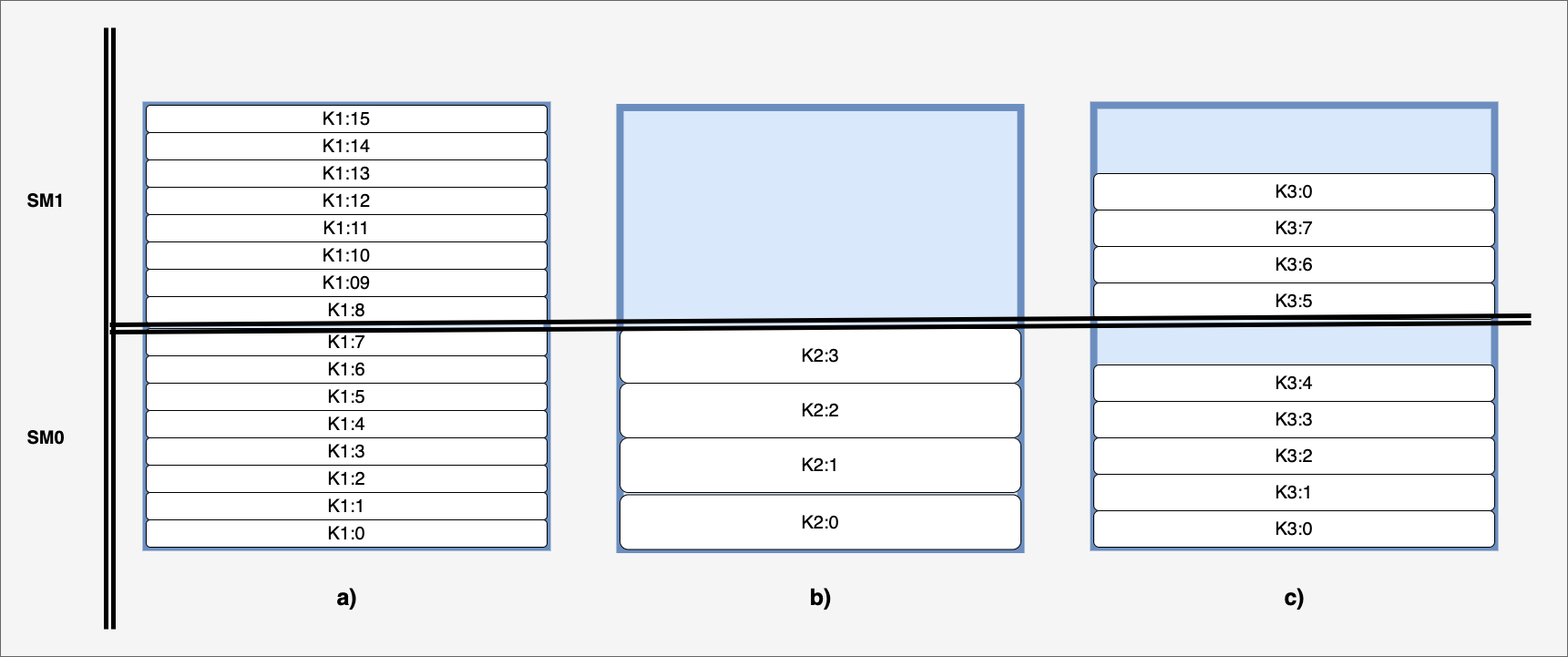
The draw.io diagram Tesis_Maestria/figures/asigBlock.png in antonyayal/mtesis, before a commit. Source tidied: cells renumbered, new cells last; positions are measured from the earlier drawing's top-left corner, leaving out a move shared by most shapes.
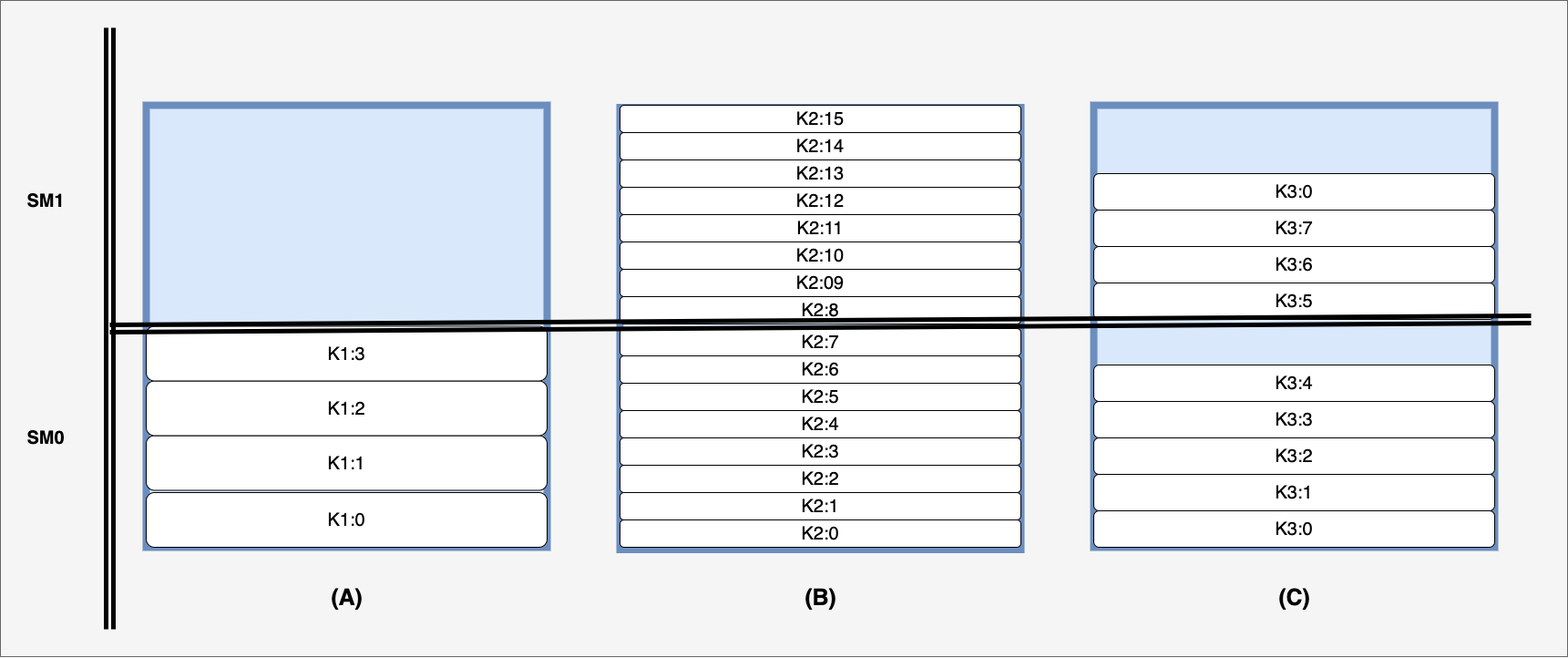
After the change.

Change to the diagram source:
```diff
@@ -14,41 +14,41 @@
     <mxCell id="5" style="rounded=0;whiteSpace=wrap;html=1;fontSize=20;labelBorderColor=#000000;strokeWidth=8;fillColor=#dae8fc;strokeColor=#6c8ebf;" parent="1" vertex="1">
       <mxGeometry x="160" y="115" width="440" height="485" as="geometry" />
     </mxCell>
-    <mxCell id="6" value="&lt;span style=&quot;font-size: 20px&quot;&gt;K1:7&lt;/span&gt;" style="rounded=1;whiteSpace=wrap;html=1;" parent="1" vertex="1">
-      <mxGeometry x="160" y="360" width="440" height="30" as="geometry" />
+    <mxCell id="6" value="&lt;span style=&quot;font-size: 20px&quot;&gt;K2:7&lt;/span&gt;" style="rounded=1;whiteSpace=wrap;html=1;" parent="1" vertex="1">
+      <mxGeometry x="680" y="360" width="440" height="30" as="geometry" />
     </mxCell>
-    <mxCell id="7" value="&lt;span style=&quot;font-size: 20px&quot;&gt;K1:6&lt;/span&gt;" style="rounded=1;whiteSpace=wrap;html=1;" parent="1" vertex="1">
-      <mxGeometry x="160" y="390" width="440" height="30" as="geometry" />
+    <mxCell id="7" value="&lt;span style=&quot;font-size: 20px&quot;&gt;K2:6&lt;/span&gt;" style="rounded=1;whiteSpace=wrap;html=1;" parent="1" vertex="1">
+      <mxGeometry x="680" y="390" width="440" height="30" as="geometry" />
     </mxCell>
-    <mxCell id="8" value="&lt;span style=&quot;font-size: 20px&quot;&gt;K1:5&lt;/span&gt;" style="rounded=1;whiteSpace=wrap;html=1;" parent="1" vertex="1">
-      <mxGeometry x="160" y="420" width="440" height="30" as="geometry" />
+    <mxCell id="8" value="&lt;span style=&quot;font-size: 20px&quot;&gt;K2:5&lt;/span&gt;" style="rounded=1;whiteSpace=wrap;html=1;" parent="1" vertex="1">
+      <mxGeometry x="680" y="420" width="440" height="30" as="geometry" />
     </mxCell>
-    <mxCell id="9" value="&lt;span style=&quot;font-size: 20px&quot;&gt;K1:4&lt;/span&gt;" style="rounded=1;whiteSpace=wrap;html=1;" parent="1" vertex="1">
-      <mxGeometry x="160" y="450" width="440" height="30" as="geometry" />
+    <mxCell id="9" value="&lt;span style=&quot;font-size: 20px&quot;&gt;K2:4&lt;/span&gt;" style="rounded=1;whiteSpace=wrap;html=1;" parent="1" vertex="1">
+      <mxGeometry x="680" y="450" width="440" height="30" as="geometry" />
     </mxCell>
-    <mxCell id="10" value="&lt;span style=&quot;font-size: 20px&quot;&gt;K1:3&lt;/span&gt;" style="rounded=1;whiteSpace=wrap;html=1;" parent="1" vertex="1">
-      <mxGeometry x="160" y="480" width="440" height="30" as="geometry" />
+    <mxCell id="10" value="&lt;span style=&quot;font-size: 20px&quot;&gt;K2:3&lt;/span&gt;" style="rounded=1;whiteSpace=wrap;html=1;" parent="1" vertex="1">
+      <mxGeometry x="680" y="480" width="440" height="30" as="geometry" />
     </mxCell>
-    <mxCell id="11" value="&lt;span style=&quot;font-size: 20px&quot;&gt;K1:2&lt;/span&gt;" style="rounded=1;whiteSpace=wrap;html=1;" parent="1" vertex="1">
-      <mxGeometry x="160" y="510" width="440" height="30" as="geometry" />
+    <mxCell id="11" value="&lt;span style=&quot;font-size: 20px&quot;&gt;K2:2&lt;/span&gt;" style="rounded=1;whiteSpace=wrap;html=1;" parent="1" vertex="1">
+      <mxGeometry x="680" y="510" width="440" height="30" as="geometry" />
     </mxCell>
-    <mxCell id="12" value="&lt;span style=&quot;font-size: 20px&quot;&gt;K1:1&lt;/span&gt;" style="rounded=1;whiteSpace=wrap;html=1;" parent="1" vertex="1">
-      <mxGeometry x="160" y="540" width="440" height="30" as="geometry" />
+    <mxCell id="12" value="&lt;span style=&quot;font-size: 20px&quot;&gt;K2:1&lt;/span&gt;" style="rounded=1;whiteSpace=wrap;html=1;" parent="1" vertex="1">
+      <mxGeometry x="680" y="540" width="440" height="30" as="geometry" />
     </mxCell>
-    <mxCell id="13" value="K1:0" style="rounded=1;whiteSpace=wrap;html=1;fontSize=20;" parent="1" vertex="1">
-      <mxGeometry x="160" y="570" width="440" height="30" as="geometry" />
+    <mxCell id="13" value="K2:0" style="rounded=1;whiteSpace=wrap;html=1;fontSize=20;" parent="1" vertex="1">
+      <mxGeometry x="680" y="570" width="440" height="30" as="geometry" />
     </mxCell>
-    <mxCell id="14" value="&lt;span style=&quot;font-size: 20px&quot;&gt;K2:0&lt;/span&gt;" style="rounded=1;whiteSpace=wrap;html=1;" parent="1" vertex="1">
-      <mxGeometry x="680" y="542.5" width="440" height="60" as="geometry" />
+    <mxCell id="14" value="&lt;span style=&quot;font-size: 20px&quot;&gt;K1:0&lt;/span&gt;" style="rounded=1;whiteSpace=wrap;html=1;" parent="1" vertex="1">
+      <mxGeometry x="160" y="540" width="440" height="60" as="geometry" />
     </mxCell>
-    <mxCell id="15" value="&lt;span style=&quot;font-size: 20px&quot;&gt;K2:1&lt;/span&gt;" style="rounded=1;whiteSpace=wrap;html=1;" parent="1" vertex="1">
-      <mxGeometry x="680" y="480" width="440" height="60" as="geometry" />
+    <mxCell id="15" value="&lt;span style=&quot;font-size: 20px&quot;&gt;K1:1&lt;/span&gt;" style="rounded=1;whiteSpace=wrap;html=1;" parent="1" vertex="1">
+      <mxGeometry x="160" y="477.5" width="440" height="60" as="geometry" />
     </mxCell>
-    <mxCell id="16" value="&lt;span style=&quot;font-size: 20px&quot;&gt;K2:2&lt;/span&gt;" style="rounded=1;whiteSpace=wrap;html=1;" parent="1" vertex="1">
-      <mxGeometry x="680" y="420" width="440" height="60" as="geometry" />
+    <mxCell id="16" value="&lt;span style=&quot;font-size: 20px&quot;&gt;K1:2&lt;/span&gt;" style="rounded=1;whiteSpace=wrap;html=1;" parent="1" vertex="1">
+      <mxGeometry x="160" y="417.5" width="440" height="60" as="geometry" />
     </mxCell>
-    <mxCell id="17" value="&lt;span style=&quot;font-size: 20px&quot;&gt;K2:3&lt;/span&gt;" style="rounded=1;whiteSpace=wrap;html=1;" parent="1" vertex="1">
-      <mxGeometry x="680" y="360" width="440" height="60" as="geometry" />
+    <mxCell id="17" value="&lt;span style=&quot;font-size: 20px&quot;&gt;K1:3&lt;/span&gt;" style="rounded=1;whiteSpace=wrap;html=1;" parent="1" vertex="1">
+      <mxGeometry x="160" y="357.5" width="440" height="60" as="geometry" />
     </mxCell>
     <mxCell id="18" value="&lt;span style=&quot;font-size: 20px&quot;&gt;K3:0&lt;/span&gt;" style="rounded=1;whiteSpace=wrap;html=1;" parent="1" vertex="1">
       <mxGeometry x="1200" y="560" width="440" height="40" as="geometry" />
@@ -74,26 +74,26 @@
     <mxCell id="25" value="&lt;span style=&quot;font-size: 20px&quot;&gt;K3:7&lt;/span&gt;" style="rounded=1;whiteSpace=wrap;html=1;" parent="1" vertex="1">
       <mxGeometry x="1200" y="230" width="440" height="40" as="geometry" />
     </mxCell>
-    <mxCell id="26" value="&lt;span style=&quot;font-size: 20px&quot;&gt;K1:14&lt;/span&gt;" style="rounded=1;whiteSpace=wrap;html=1;" parent="1" vertex="1">
-      <mxGeometry x="160" y="145" width="440" height="30" as="geometry" />
+    <mxCell id="26" value="&lt;span style=&quot;font-size: 20px&quot;&gt;K2:14&lt;/span&gt;" style="rounded=1;whiteSpace=wrap;html=1;" parent="1" vertex="1">
+      <mxGeometry x="680" y="145" width="440" height="30" as="geometry" />
     </mxCell>
-    <mxCell id="27" value="&lt;span style=&quot;font-size: 20px&quot;&gt;K1:13&lt;/span&gt;" style="rounded=1;whiteSpace=wrap;html=1;" parent="1" vertex="1">
-      <mxGeometry x="160" y="175" width="440" height="30" as="geometry" />
+    <mxCell id="27" value="&lt;span style=&quot;font-size: 20px&quot;&gt;K2:13&lt;/span&gt;" style="rounded=1;whiteSpace=wrap;html=1;" parent="1" vertex="1">
+      <mxGeometry x="680" y="175" width="440" height="30" as="geometry" />
     </mxCell>
-    <mxCell id="28" value="&lt;span style=&quot;font-size: 20px&quot;&gt;K1:12&lt;/span&gt;" style="rounded=1;whiteSpace=wrap;html=1;" parent="1" vertex="1">
-      <mxGeometry x="160" y="205" width="440" height="30" as="geometry" />
+    <mxCell id="28" value="&lt;span style=&quot;font-size: 20px&quot;&gt;K2:12&lt;/span&gt;" style="rounded=1;whiteSpace=wrap;html=1;" parent="1" vertex="1">
+      <mxGeometry x="680" y="205" width="440" height="30" as="geometry" />
     </mxCell>
-    <mxCell id="29" value="&lt;span style=&quot;font-size: 20px&quot;&gt;K1:11&lt;/span&gt;" style="rounded=1;whiteSpace=wrap;html=1;" parent="1" vertex="1">
-      <mxGeometry x="160" y="235" width="440" height="30" as="geometry" />
+    <mxCell id="29" value="&lt;span style=&quot;font-size: 20px&quot;&gt;K2:11&lt;/span&gt;" style="rounded=1;whiteSpace=wrap;html=1;" parent="1" vertex="1">
+      <mxGeometry x="680" y="235" width="440" height="30" as="geometry" />
     </mxCell>
-    <mxCell id="30" value="&lt;span style=&quot;font-size: 20px&quot;&gt;K1:10&lt;/span&gt;" style="rounded=1;whiteSpace=wrap;html=1;" parent="1" vertex="1">
-      <mxGeometry x="160" y="265" width="440" height="30" as="geometry" />
+    <mxCell id="30" value="&lt;span style=&quot;font-size: 20px&quot;&gt;K2:10&lt;/span&gt;" style="rounded=1;whiteSpace=wrap;html=1;" parent="1" vertex="1">
+      <mxGeometry x="680" y="265" width="440" height="30" as="geometry" />
     </mxCell>
-    <mxCell id="31" value="&lt;span style=&quot;font-size: 20px&quot;&gt;K1:09&lt;/span&gt;" style="rounded=1;whiteSpace=wrap;html=1;" parent="1" vertex="1">
-      <mxGeometry x="160" y="295" width="440" height="30" as="geometry" />
+    <mxCell id="31" value="&lt;span style=&quot;font-size: 20px&quot;&gt;K2:09&lt;/span&gt;" style="rounded=1;whiteSpace=wrap;html=1;" parent="1" vertex="1">
+      <mxGeometry x="680" y="295" width="440" height="30" as="geometry" />
     </mxCell>
-    <mxCell id="32" value="&lt;span style=&quot;font-size: 20px&quot;&gt;K1:8&lt;/span&gt;" style="rounded=1;whiteSpace=wrap;html=1;" parent="1" vertex="1">
-      <mxGeometry x="160" y="325" width="440" height="30" as="geometry" />
+    <mxCell id="32" value="&lt;span style=&quot;font-size: 20px&quot;&gt;K2:8&lt;/span&gt;" style="rounded=1;whiteSpace=wrap;html=1;" parent="1" vertex="1">
+      <mxGeometry x="680" y="325" width="440" height="30" as="geometry" />
     </mxCell>
     <mxCell id="33" style="shape=link;html=1;strokeWidth=5;" parent="1" edge="1">
       <mxGeometry relative="1" as="geometry">
@@ -101,8 +101,8 @@
         <mxPoint x="120" y="360" as="targetPoint" />
       </mxGeometry>
     </mxCell>
-    <mxCell id="34" value="&lt;span style=&quot;font-size: 20px&quot;&gt;K1:15&lt;br&gt;&lt;/span&gt;" style="rounded=1;whiteSpace=wrap;html=1;" parent="1" vertex="1">
-      <mxGeometry x="160" y="115" width="440" height="30" as="geometry" />
+    <mxCell id="34" value="&lt;span style=&quot;font-size: 20px&quot;&gt;K2:15&lt;br&gt;&lt;/span&gt;" style="rounded=1;whiteSpace=wrap;html=1;" parent="1" vertex="1">
+      <mxGeometry x="680" y="115" width="440" height="30" as="geometry" />
     </mxCell>
     <mxCell id="35" style="shape=link;html=1;strokeWidth=5;fontSize=20;" parent="1" edge="1">
       <mxGeometry relative="1" as="geometry">
@@ -116,14 +116,14 @@
     <mxCell id="37" value="&lt;b&gt;SM0&lt;/b&gt;" style="text;html=1;strokeColor=none;fillColor=none;align=center;verticalAlign=middle;whiteSpace=wrap;rounded=0;fontSize=20;" parent="1" vertex="1">
       <mxGeometry x="30" y="470" width="40" height="20" as="geometry" />
     </mxCell>
-    <mxCell id="38" value="&lt;b&gt;&lt;font style=&quot;font-size: 25px&quot;&gt;a)&lt;/font&gt;&lt;/b&gt;" style="text;html=1;align=center;verticalAlign=middle;fontSize=20;" parent="1" vertex="1">
-      <mxGeometry x="360" y="640" width="40" height="30" as="geometry" />
+    <mxCell id="38" value="&lt;b&gt;&lt;font style=&quot;font-size: 25px&quot;&gt;(A)&lt;/font&gt;&lt;/b&gt;" style="text;html=1;align=center;verticalAlign=middle;fontSize=20;" parent="1" vertex="1">
+      <mxGeometry x="355" y="640" width="50" height="30" as="geometry" />
     </mxCell>
-    <mxCell id="39" value="&lt;b&gt;&lt;font style=&quot;font-size: 25px&quot;&gt;b)&lt;/font&gt;&lt;/b&gt;" style="text;html=1;align=center;verticalAlign=middle;fontSize=20;" parent="1" vertex="1">
-      <mxGeometry x="880" y="640" width="40" height="30" as="geometry" />
+    <mxCell id="39" value="&lt;b&gt;&lt;font style=&quot;font-size: 25px&quot;&gt;(B)&lt;/font&gt;&lt;/b&gt;" style="text;html=1;align=center;verticalAlign=middle;fontSize=20;" parent="1" vertex="1">
+      <mxGeometry x="875" y="640" width="50" height="30" as="geometry" />
     </mxCell>
-    <mxCell id="40" value="&lt;b&gt;&lt;font style=&quot;font-size: 25px&quot;&gt;c)&lt;/font&gt;&lt;/b&gt;" style="text;html=1;align=center;verticalAlign=middle;fontSize=20;" parent="1" vertex="1">
-      <mxGeometry x="1400" y="640" width="40" height="30" as="geometry" />
+    <mxCell id="40" value="&lt;b&gt;&lt;font style=&quot;font-size: 25px&quot;&gt;(C)&lt;/font&gt;&lt;/b&gt;" style="text;html=1;align=center;verticalAlign=middle;fontSize=20;" parent="1" vertex="1">
+      <mxGeometry x="1395" y="640" width="50" height="30" as="geometry" />
     </mxCell>
     <mxCell id="41" value="&lt;span style=&quot;font-size: 20px&quot;&gt;K3:0&lt;/span&gt;" style="rounded=1;whiteSpace=wrap;html=1;" parent="1" vertex="1">
       <mxGeometry x="1200" y="190" width="440" height="40" as="geometry" />
```
